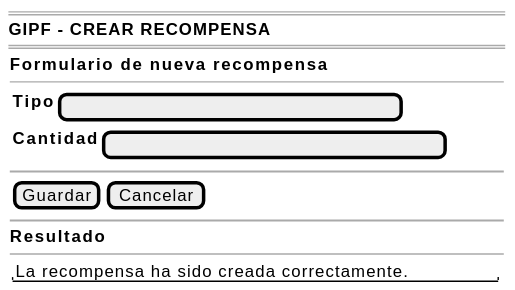
Before: images/RUP/00-casos-uso/02-detalle/coordinador/crearRecompensa/crearRecompensa-wireframe.svg, a diagram exported from PlantUML (beatriizorozco/25-26-idsw2-sdVC). The source it was exported from:
```plantuml
@startsalt crearRecompensa-wireframe
{
    ====
    <b>GIPF - CREAR RECOMPENSA</b>
    ====
    {
        <b>Formulario de nueva recompensa</b>
        --
        {
            {<b>Tipo</b>     | [                              ]}
            {<b>Cantidad</b> | [                              ]}
        }

        ~~

        {[Guardar] | [Cancelar]}

        ~~

        <b>Resultado</b>
        --
        {
            "La recompensa ha sido creada correctamente."
        }
    }
}
@endsalt
```
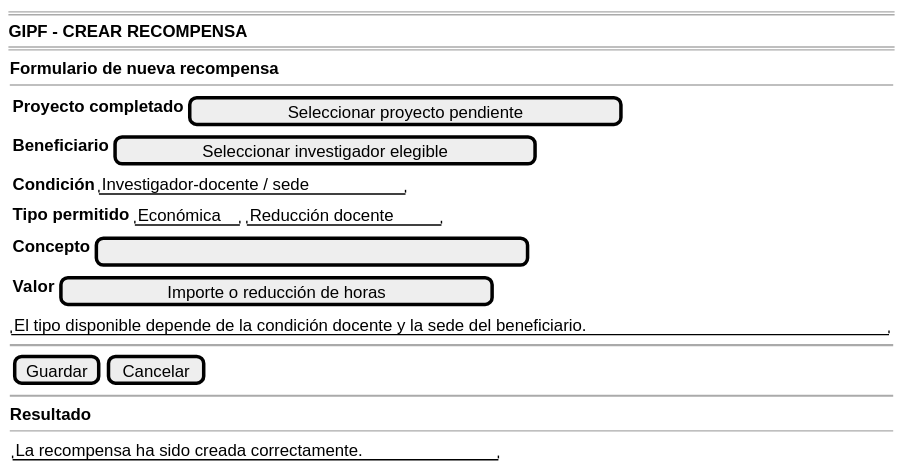
Above is the later version.

Commit message:
docs(recompensas): completar flujo de crear recompensa

What changed in the source:
```diff
@@ -7,9 +7,15 @@
         <b>Formulario de nueva recompensa</b>
         --
         {
-            {<b>Tipo</b>     | [                              ]}
-            {<b>Cantidad</b> | [                              ]}
+            {<b>Proyecto completado</b> | [ Seleccionar proyecto pendiente       ]}
+            {<b>Beneficiario</b>        | [ Seleccionar investigador elegible   ]}
+            {<b>Condición</b>           | "Investigador-docente / sede"}
+            {<b>Tipo permitido</b>      | { "Económica" | "Reducción docente" }}
+            {<b>Concepto</b>            | [                                      ]}
+            {<b>Valor</b>               | [ Importe o reducción de horas         ]}
         }
+
+        "El tipo disponible depende de la condición docente y la sede del beneficiario."
 
         ~~
 
```
